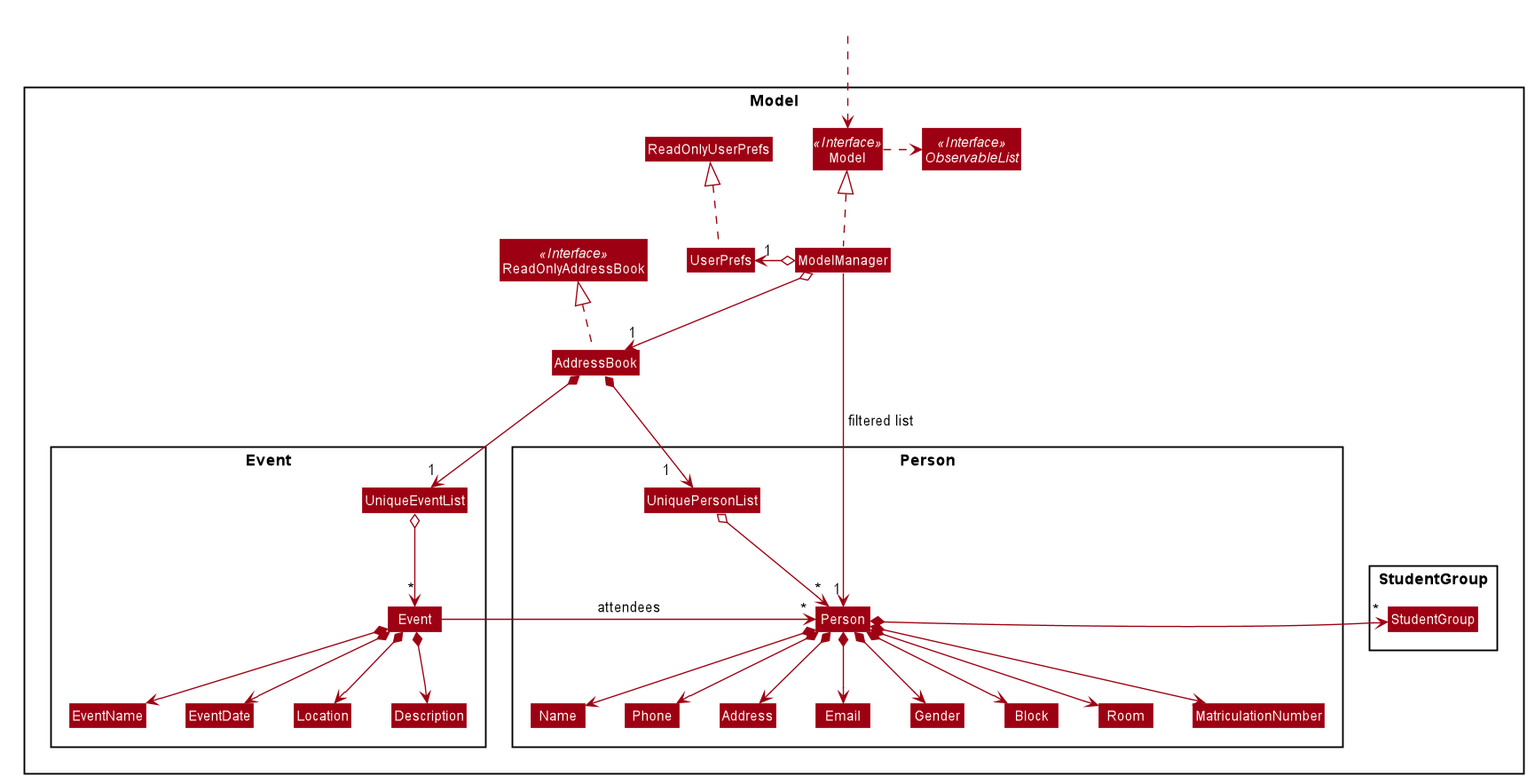
yanchenglee98/tp keeps this PlantUML diagram as docs/images/ModelClassDiagram.png. Above is the earlier version. Source of this version:
```plantuml
@startuml








skinparam BackgroundColor #FFFFFFF

skinparam Shadowing false

skinparam Class {
    FontColor #FFFFFF
    BorderThickness 1
    BorderColor #FFFFFF
    StereotypeFontColor #FFFFFF
    FontName Arial
}

skinparam Actor {
    BorderColor #000000
    Color #000000
    FontName Arial
}

skinparam Sequence {
    MessageAlign center
    BoxFontSize 15
    BoxPadding 0
    BoxFontColor #FFFFFF
    FontName Arial
}

skinparam Participant {
    FontColor #FFFFFFF
    Padding 20
}

skinparam MinClassWidth 50
skinparam ParticipantPadding 10
skinparam Shadowing false
skinparam DefaultTextAlignment center
skinparam packageStyle Rectangle

hide footbox
hide members
hide circle
skinparam arrowThickness 1.1
skinparam arrowColor #9D0012
skinparam classBackgroundColor #9D0012

Package Model <<Rectangle>>{
Interface ReadOnlyAddressBook <<Interface>>
Interface Model <<Interface>>
Interface ObservableList <<Interface>>
Class AddressBook
Class ReadOnlyAddressBook
Class Model
Class ModelManager
Class UserPrefs
Class ReadOnlyUserPrefs

Package Person {
Class Person
Class Address
Class Email
Class Name
Class Phone
Class Gender
Class Block
Class Room
Class MatriculationNumber
Class UniquePersonList
}

Package Event {
Class UniqueEventList
Class Event
Class EventName
Class EventDate
Class Location
Class Description
}

Package StudentGroup {
Class StudentGroup
}
}

Class HiddenOutside #FFFFFF
HiddenOutside ..> Model

ModelManager .up.|> Model
Model .right.> ObservableList
ModelManager o--> "1" AddressBook
ModelManager o-left-> "1" UserPrefs
AddressBook .up.|> ReadOnlyAddressBook
UserPrefs .up.|> ReadOnlyUserPrefs

AddressBook *--> " 1" UniqueEventList
UniqueEventList o--> "*" Event
Event *--> EventName
Event *--> EventDate
Event *--> Location
Event *--> Description

AddressBook *--> "1   " UniquePersonList
UniquePersonList o--> "*" Person
Person *--> Name
Person *--> Phone
Person *--> Email
Person *--> Gender
Person *--> Address
Person *--> Block
Person *--> Room
Person *--> MatriculationNumber
Person *--> "*" StudentGroup

Event --> "*" Person : "attendees"

Name -[hidden]right-> Phone
Phone -[hidden]right-> Address
Address -[hidden]right-> Email
Event -[hidden]left-> Person
StudentGroup -[hidden]right-> Person

ModelManager -->"1" Person : " filtered list"
@enduml
```
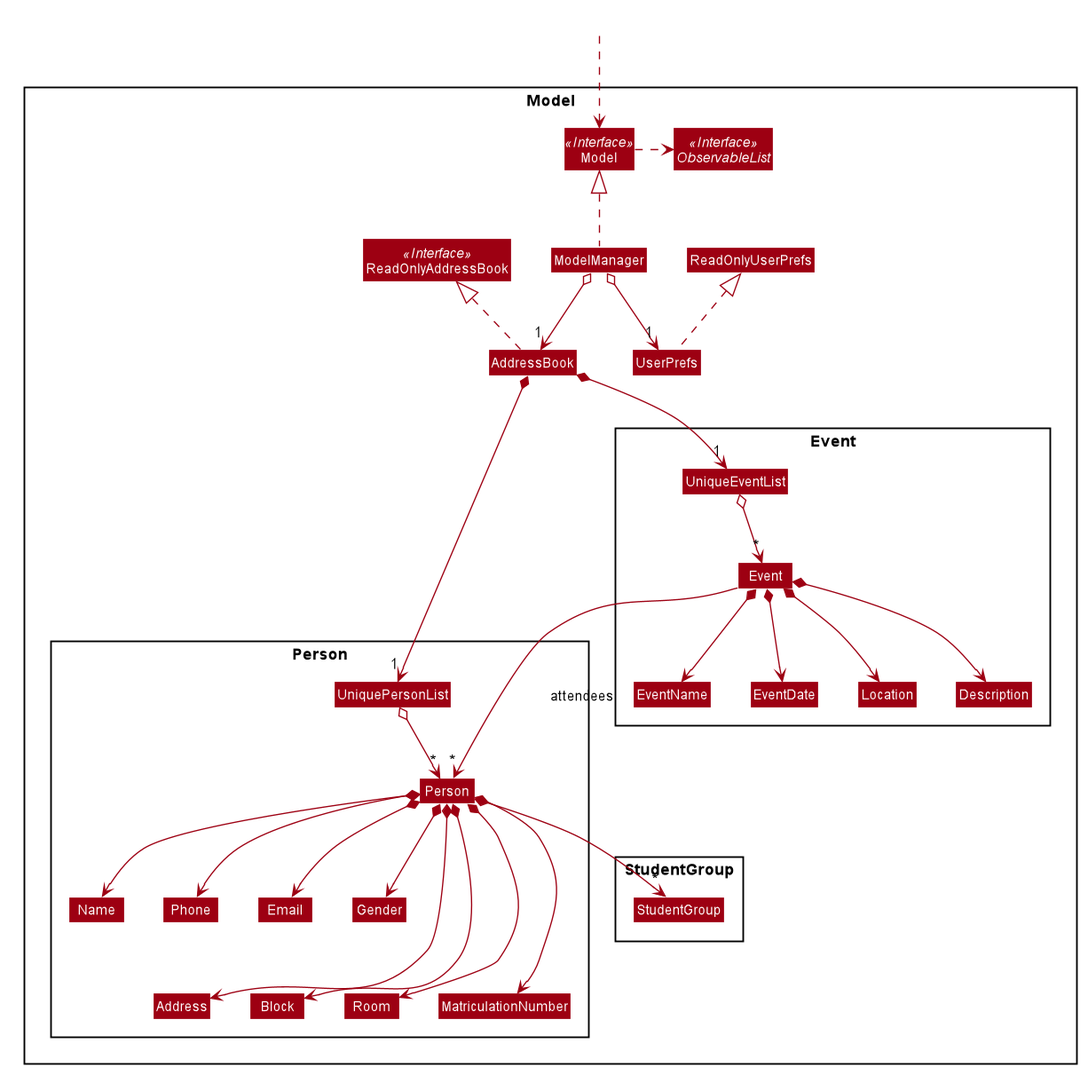
The same diagram one commit later.

Commit message:
DG: reorganise diagram

The edit, as a diff of the source:
```diff
@@ -64,11 +64,11 @@
 
 Package Person {
 Class Person
-Class Address
-Class Email
 Class Name
 Class Phone
+Class Email
 Class Gender
+Class Address
 Class Block
 Class Room
 Class MatriculationNumber
@@ -94,37 +94,32 @@
 
 ModelManager .up.|> Model
 Model .right.> ObservableList
+
 ModelManager o--> "1" AddressBook
-ModelManager o-left-> "1" UserPrefs
+ModelManager o--> "1" UserPrefs
+
 AddressBook .up.|> ReadOnlyAddressBook
 UserPrefs .up.|> ReadOnlyUserPrefs
 
-AddressBook *--> " 1" UniqueEventList
+AddressBook *--> "1" UniqueEventList
+AddressBook *--> "1" UniquePersonList
+
 UniqueEventList o--> "*" Event
 Event *--> EventName
 Event *--> EventDate
 Event *--> Location
 Event *--> Description
+Event ---> "*" Person : "attendees"
 
-AddressBook *--> "1   " UniquePersonList
 UniquePersonList o--> "*" Person
-Person *--> Name
-Person *--> Phone
-Person *--> Email
-Person *--> Gender
-Person *--> Address
-Person *--> Block
-Person *--> Room
-Person *--> MatriculationNumber
-Person *--> "*" StudentGroup
+Person *-down-> Name
+Person *-down-> Phone
+Person *-down-> Email
+Person *-down-> Gender
+Person *---> Address
+Person *---> Room
+Person *---> Block
+Person *---> MatriculationNumber
+Person *-->"*" StudentGroup
 
-Event --> "*" Person : "attendees"
-
-Name -[hidden]right-> Phone
-Phone -[hidden]right-> Address
-Address -[hidden]right-> Email
-Event -[hidden]left-> Person
-StudentGroup -[hidden]right-> Person
-
-ModelManager -->"1" Person : " filtered list"
 @enduml
```
